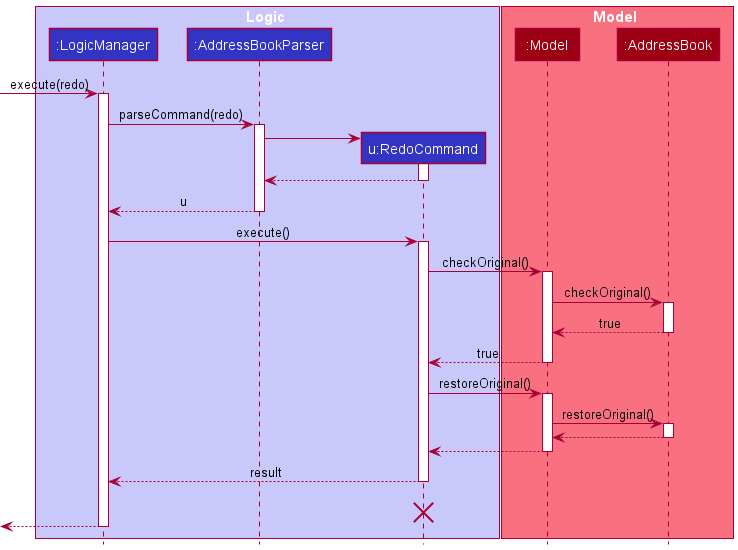
The PlantUML diagram docs/images/RedoSequenceDiagram.png in nus-cs2103-AY2122S2/tp, before a commit. The source it was exported from:
```plantuml
@startuml
!include style.puml

box Logic LOGIC_COLOR_T1
participant ":LogicManager" as LogicManager LOGIC_COLOR
participant ":AddressBookParser" as AddressBookParser LOGIC_COLOR
participant "u:RedoCommand" as RedoCommand LOGIC_COLOR
end box

box Model MODEL_COLOR_T1
participant ":Model" as Model MODEL_COLOR
participant ":AddressBook" as AddressBook MODEL_COLOR
end box
[-> LogicManager : execute(redo)
activate LogicManager

LogicManager -> AddressBookParser : parseCommand(redo)
activate AddressBookParser

create RedoCommand
AddressBookParser -> RedoCommand
activate RedoCommand

RedoCommand --> AddressBookParser
deactivate RedoCommand

AddressBookParser --> LogicManager : u
deactivate AddressBookParser

LogicManager -> RedoCommand : execute()
activate RedoCommand

RedoCommand -> Model : checkOriginal()
activate Model

Model -> AddressBook : checkOriginal()
activate AddressBook

AddressBook --> Model : true
deactivate AddressBook

Model --> RedoCommand : true
deactivate Model

RedoCommand -> Model : restoreOriginal()
activate Model

Model -> AddressBook : restoreOriginal()
activate AddressBook

AddressBook --> Model
deactivate AddressBook

Model --> RedoCommand
deactivate Model

RedoCommand --> LogicManager : result
deactivate RedoCommand
RedoCommand -[hidden]-> LogicManager : result
destroy RedoCommand

[<--LogicManager
deactivate LogicManager
@enduml
```
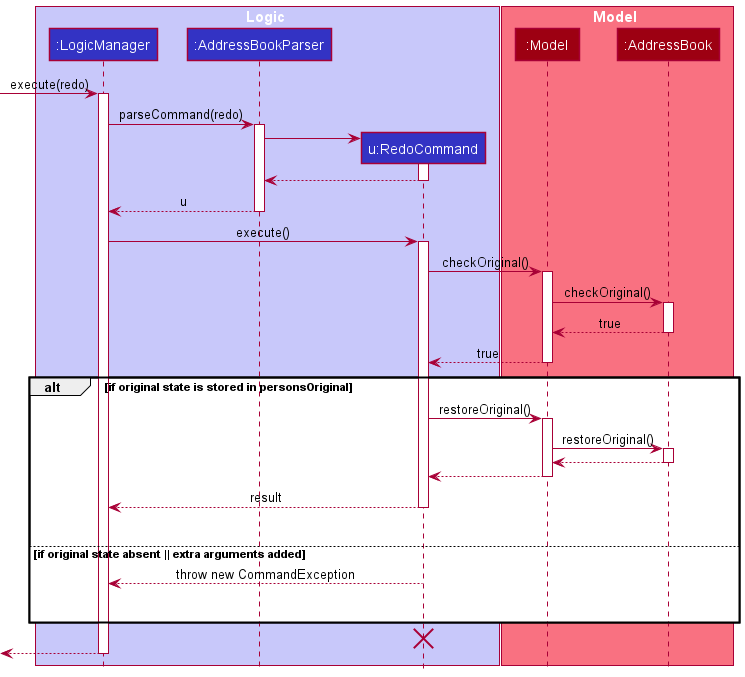
Above is the later version.

Commit message:
Update diagrams to reflect scenario of addition of extra parameters

Change to the diagram source:
```diff
@@ -42,21 +42,31 @@
 Model --> RedoCommand : true
 deactivate Model
 
-RedoCommand -> Model : restoreOriginal()
-activate Model
+alt if original state is stored in personsOriginal
 
-Model -> AddressBook : restoreOriginal()
-activate AddressBook
+    RedoCommand -> Model : restoreOriginal()
+    activate Model
 
-AddressBook --> Model
-deactivate AddressBook
+    Model -> AddressBook : restoreOriginal()
+    activate AddressBook
 
-Model --> RedoCommand
-deactivate Model
+    AddressBook --> Model
+    deactivate AddressBook
 
-RedoCommand --> LogicManager : result
-deactivate RedoCommand
-RedoCommand -[hidden]-> LogicManager : result
+    Model --> RedoCommand
+    deactivate Model
+
+    RedoCommand --> LogicManager : result
+    deactivate RedoCommand
+    RedoCommand -[hidden]-> LogicManager : result
+
+else if original state absent || extra arguments added
+
+    RedoCommand --> LogicManager : throw new CommandException
+    deactivate RedoCommand
+    RedoCommand -[hidden]-> LogicManager : result
+
+end
 destroy RedoCommand
 
 [<--LogicManager
```
